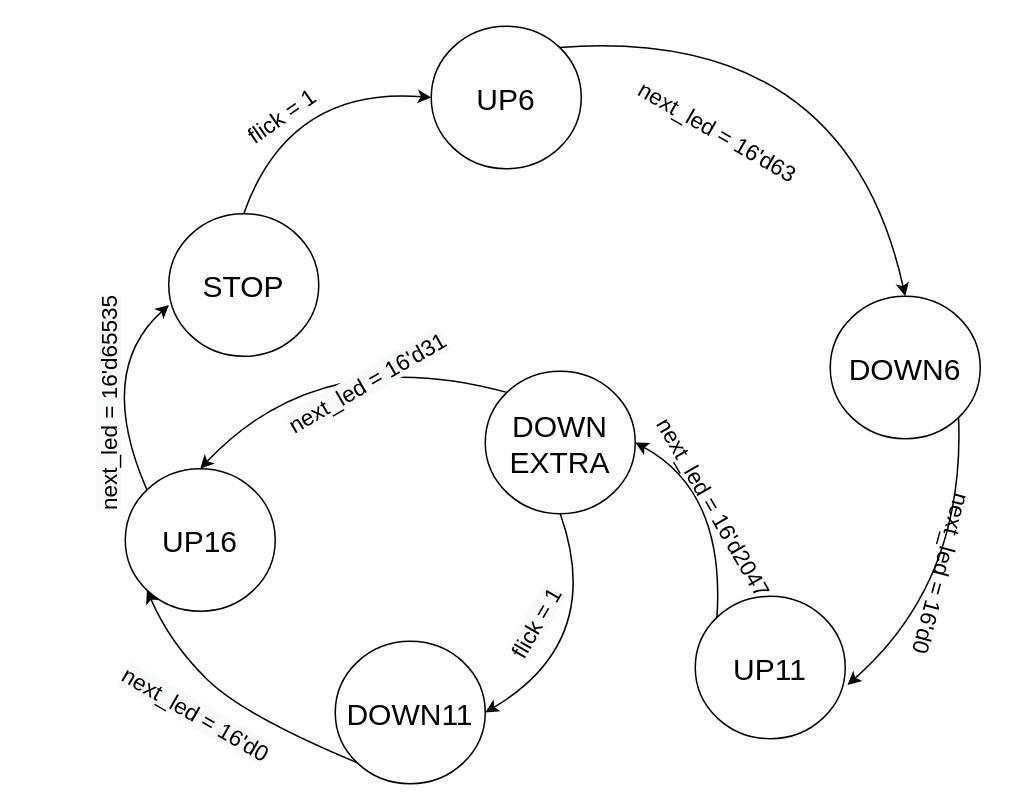
Earlier version of the draw.io diagram StateMachine.drawio (datdonguyen99/demoGit). Source tidied: cells renumbered, new cells numbered last; positions are measured from the earlier drawing's top-left corner, leaving out a move shared by most shapes. Both pictures are drawn from the tidied source at 150%, with x=0, y=0 at pixel (-12, 26).
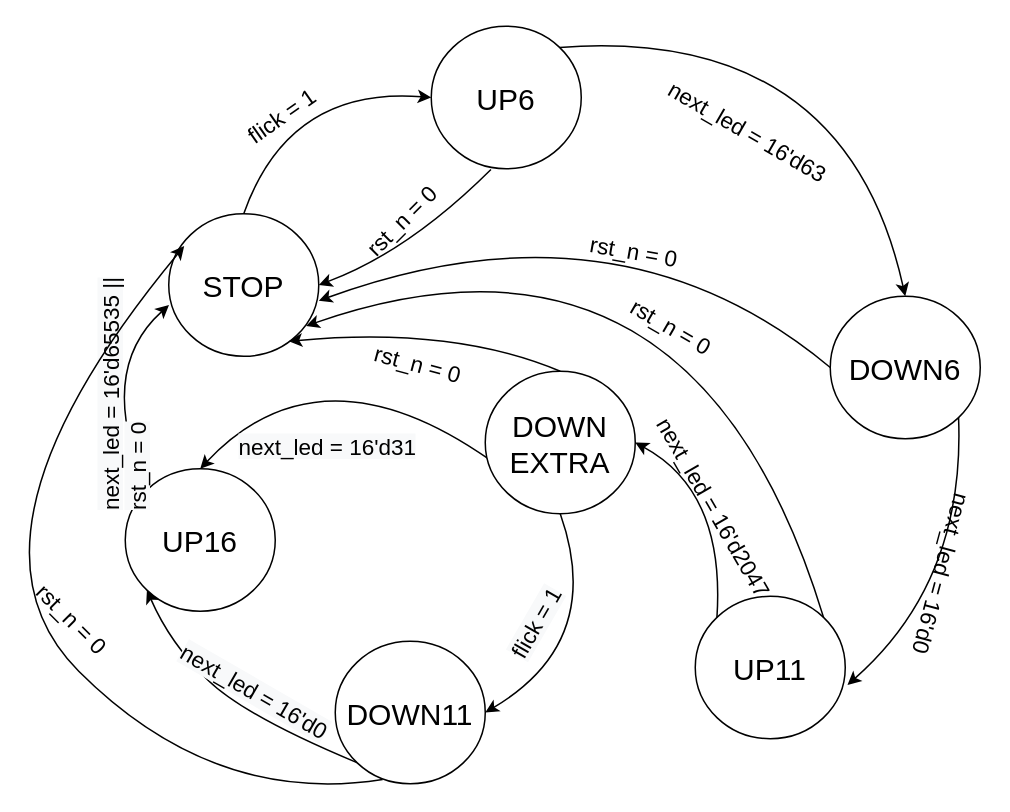
The same page after the edit.

Unchanged cells that the change refers to:
```xml
<mxCell id="2" value="&lt;font style=&quot;font-size: 20px&quot;&gt;STOP&lt;/font&gt;" style="ellipse;whiteSpace=wrap;html=1;" parent="1" vertex="1">
  <mxGeometry x="120" y="125" width="100" height="95" as="geometry" />
</mxCell>
<mxCell id="12" value="&lt;font style=&quot;font-size: 20px&quot;&gt;UP6&lt;/font&gt;" style="ellipse;whiteSpace=wrap;html=1;" parent="1" vertex="1">
  <mxGeometry x="295" width="100" height="95" as="geometry" />
</mxCell>
<mxCell id="13" value="&lt;font style=&quot;font-size: 20px&quot;&gt;DOWN6&lt;/font&gt;" style="ellipse;whiteSpace=wrap;html=1;" parent="1" vertex="1">
  <mxGeometry x="561" y="180" width="100" height="95" as="geometry" />
</mxCell>
<mxCell id="14" value="&lt;span style=&quot;font-size: 20px&quot;&gt;UP11&lt;/span&gt;" style="ellipse;whiteSpace=wrap;html=1;" parent="1" vertex="1">
  <mxGeometry x="471" y="380" width="100" height="95" as="geometry" />
</mxCell>
<mxCell id="15" value="&lt;span style=&quot;font-size: 20px&quot;&gt;DOWN11&lt;/span&gt;" style="ellipse;whiteSpace=wrap;html=1;" parent="1" vertex="1">
  <mxGeometry x="231" y="410" width="100" height="95" as="geometry" />
</mxCell>
<mxCell id="19" value="&lt;span style=&quot;font-size: 20px&quot;&gt;DOWN&lt;br&gt;EXTRA&lt;/span&gt;" style="ellipse;whiteSpace=wrap;html=1;" parent="1" vertex="1">
  <mxGeometry x="331" y="230" width="100" height="95" as="geometry" />
</mxCell>
<mxCell id="20" value="&lt;span style=&quot;font-size: 20px&quot;&gt;UP16&lt;/span&gt;" style="ellipse;whiteSpace=wrap;html=1;" parent="1" vertex="1">
  <mxGeometry x="91" y="295" width="100" height="95" as="geometry" />
</mxCell>
```

Change to the diagram source:
```diff
@@
-    <mxCell id="3" style="endArrow=classic;html=1;entryX=0.5;entryY=0;entryDx=0;entryDy=0;exitX=0;exitY=0;exitDx=0;exitDy=0;curved=1;" parent="1" edge="1" source="19" target="20">
+    <mxCell id="3" style="endArrow=classic;html=1;entryX=0.5;entryY=0;entryDx=0;entryDy=0;exitX=0.027;exitY=0.619;exitDx=0;exitDy=0;curved=1;exitPerimeter=0;" parent="1" edge="1" source="19" target="20">
       <mxGeometry relative="1" as="geometry">
         <Array as="points">
           <mxPoint x="221" y="210" />
         </Array>
       </mxGeometry>
     </mxCell>
@@
-    <mxCell id="7" value="&lt;span style=&quot;color: rgb(0 , 0 , 0) ; font-family: &amp;#34;helvetica&amp;#34; ; font-size: 15px ; font-style: normal ; font-weight: 400 ; letter-spacing: normal ; text-align: center ; text-indent: 0px ; text-transform: none ; word-spacing: 0px ; background-color: rgb(248 , 249 , 250) ; display: inline ; float: none&quot;&gt;next_led = 16'd31&lt;/span&gt;" style="text;whiteSpace=wrap;html=1;rotation=-30;" parent="1" vertex="1">
-      <mxGeometry x="191" y="220" width="130" height="30" as="geometry" />
+    <mxCell id="7" value="&lt;span style=&quot;color: rgb(0 , 0 , 0) ; font-family: &amp;#34;helvetica&amp;#34; ; font-size: 15px ; font-style: normal ; font-weight: 400 ; letter-spacing: normal ; text-align: center ; text-indent: 0px ; text-transform: none ; word-spacing: 0px ; background-color: rgb(248 , 249 , 250) ; display: inline ; float: none&quot;&gt;next_led = 16'd31&lt;/span&gt;" style="text;whiteSpace=wrap;html=1;rotation=0;" parent="1" vertex="1">
+      <mxGeometry x="165" y="265" width="130" height="30" as="geometry" />
     </mxCell>
@@
     <mxCell id="17" value="&lt;font style=&quot;font-size: 15px&quot;&gt;next_led = 16'd63&lt;/font&gt;" style="text;html=1;align=center;verticalAlign=middle;strokeColor=none;rotation=30;" parent="1" vertex="1">
-      <mxGeometry x="421" y="60" width="130" height="20" as="geometry" />
+      <mxGeometry x="441" y="60" width="130" height="20" as="geometry" />
     </mxCell>
@@
     <mxCell id="22" value="&lt;span style=&quot;color: rgb(0 , 0 , 0) ; font-family: &amp;#34;helvetica&amp;#34; ; font-size: 15px ; font-style: normal ; font-weight: 400 ; letter-spacing: normal ; text-align: center ; text-indent: 0px ; text-transform: none ; word-spacing: 0px ; background-color: rgb(248 , 249 , 250) ; display: inline ; float: none&quot;&gt;next_led = 16'd0&lt;br&gt;&lt;/span&gt;" style="text;whiteSpace=wrap;html=1;rotation=30;" parent="1" vertex="1">
-      <mxGeometry x="81" y="445" width="120" height="30" as="geometry" />
+      <mxGeometry x="120" y="430" width="120" height="30" as="geometry" />
     </mxCell>
-    <mxCell id="23" value="&lt;span style=&quot;color: rgb(0 , 0 , 0) ; font-family: &amp;#34;helvetica&amp;#34; ; font-size: 15px ; font-style: normal ; font-weight: 400 ; letter-spacing: normal ; text-align: center ; text-indent: 0px ; text-transform: none ; word-spacing: 0px ; background-color: rgb(248 , 249 , 250) ; display: inline ; float: none&quot;&gt;next_led = 16'd65535&lt;/span&gt;" style="text;whiteSpace=wrap;html=1;rotation=-90;" parent="1" vertex="1">
-      <mxGeometry y="230" width="160" height="30" as="geometry" />
+    <mxCell id="23" value="&lt;span style=&quot;color: rgb(0 , 0 , 0) ; font-family: &amp;#34;helvetica&amp;#34; ; font-size: 15px ; font-style: normal ; font-weight: 400 ; letter-spacing: normal ; text-align: center ; text-indent: 0px ; text-transform: none ; word-spacing: 0px ; background-color: rgb(248 , 249 , 250) ; display: inline ; float: none&quot;&gt;next_led = 16'd65535 || rst_n = 0&lt;/span&gt;" style="text;whiteSpace=wrap;html=1;rotation=-90;" parent="1" vertex="1">
+      <mxGeometry x="1" y="230" width="160" height="30" as="geometry" />
     </mxCell>
@@
+    <mxCell id="25" style="endArrow=classic;html=1;entryX=1;entryY=0.5;entryDx=0;entryDy=0;curved=1;exitX=0.398;exitY=1.005;exitDx=0;exitDy=0;exitPerimeter=0;" parent="1" edge="1" source="12" target="2">
+      <mxGeometry relative="1" as="geometry">
+        <Array as="points">
+          <mxPoint x="280" y="150" />
+        </Array>
+      </mxGeometry>
+    </mxCell>
+    <mxCell id="26" value="&lt;font style=&quot;font-size: 15px&quot;&gt;rst_n = 0&lt;/font&gt;" style="text;html=1;align=center;verticalAlign=middle;strokeColor=none;rotation=-45;" parent="1" vertex="1">
+      <mxGeometry x="240" y="120" width="70" height="20" as="geometry" />
+    </mxCell>
+    <mxCell id="27" style="endArrow=classic;html=1;curved=1;exitX=0;exitY=0.5;exitDx=0;exitDy=0;" parent="1" edge="1" source="13">
+      <mxGeometry relative="1" as="geometry">
+        <mxPoint x="220" y="183" as="targetPoint" />
+        <Array as="points">
+          <mxPoint x="420" y="110" />
+        </Array>
+      </mxGeometry>
+    </mxCell>
+    <mxCell id="28" value="&lt;font style=&quot;font-size: 15px&quot;&gt;rst_n = 0&lt;/font&gt;" style="text;html=1;align=center;verticalAlign=middle;strokeColor=none;rotation=10;" parent="1" vertex="1">
+      <mxGeometry x="395" y="140" width="70" height="20" as="geometry" />
+    </mxCell>
+    <mxCell id="29" style="endArrow=classic;html=1;curved=1;exitX=1;exitY=0;exitDx=0;exitDy=0;entryX=0.915;entryY=0.788;entryDx=0;entryDy=0;entryPerimeter=0;" parent="1" edge="1" source="14" target="2">
+      <mxGeometry relative="1" as="geometry">
+        <Array as="points">
+          <mxPoint x="470" y="110" />
+        </Array>
+      </mxGeometry>
+    </mxCell>
+    <mxCell id="30" value="&lt;font style=&quot;font-size: 15px&quot;&gt;rst_n = 0&lt;/font&gt;" style="text;html=1;align=center;verticalAlign=middle;strokeColor=none;rotation=30;" parent="1" vertex="1">
+      <mxGeometry x="420" y="190" width="70" height="20" as="geometry" />
+    </mxCell>
+    <mxCell id="31" style="endArrow=classic;html=1;curved=1;exitX=0.5;exitY=0;exitDx=0;exitDy=0;" parent="1" edge="1" source="19">
+      <mxGeometry relative="1" as="geometry">
+        <mxPoint x="200" y="210" as="targetPoint" />
+        <Array as="points">
+          <mxPoint x="310" y="200" />
+        </Array>
+      </mxGeometry>
+    </mxCell>
+    <mxCell id="32" value="&lt;font style=&quot;font-size: 15px&quot;&gt;rst_n = 0&lt;/font&gt;" style="text;html=1;align=center;verticalAlign=middle;strokeColor=none;rotation=15;" parent="1" vertex="1">
+      <mxGeometry x="251" y="215" width="70" height="20" as="geometry" />
+    </mxCell>
+    <mxCell id="33" style="endArrow=classic;html=1;exitX=0.316;exitY=0.97;exitDx=0;exitDy=0;entryX=0.103;entryY=0.227;entryDx=0;entryDy=0;curved=1;entryPerimeter=0;exitPerimeter=0;" parent="1" edge="1" source="15" target="2">
+      <mxGeometry relative="1" as="geometry">
+        <Array as="points">
+          <mxPoint x="150" y="520" />
+          <mxPoint x="-30" y="340" />
+        </Array>
+      </mxGeometry>
+    </mxCell>
+    <mxCell id="34" value="&lt;font style=&quot;font-size: 15px&quot;&gt;rst_n = 0&lt;/font&gt;" style="text;html=1;align=center;verticalAlign=middle;strokeColor=none;rotation=45;" parent="1" vertex="1">
+      <mxGeometry x="21" y="384.5" width="70" height="20" as="geometry" />
+    </mxCell>
```
